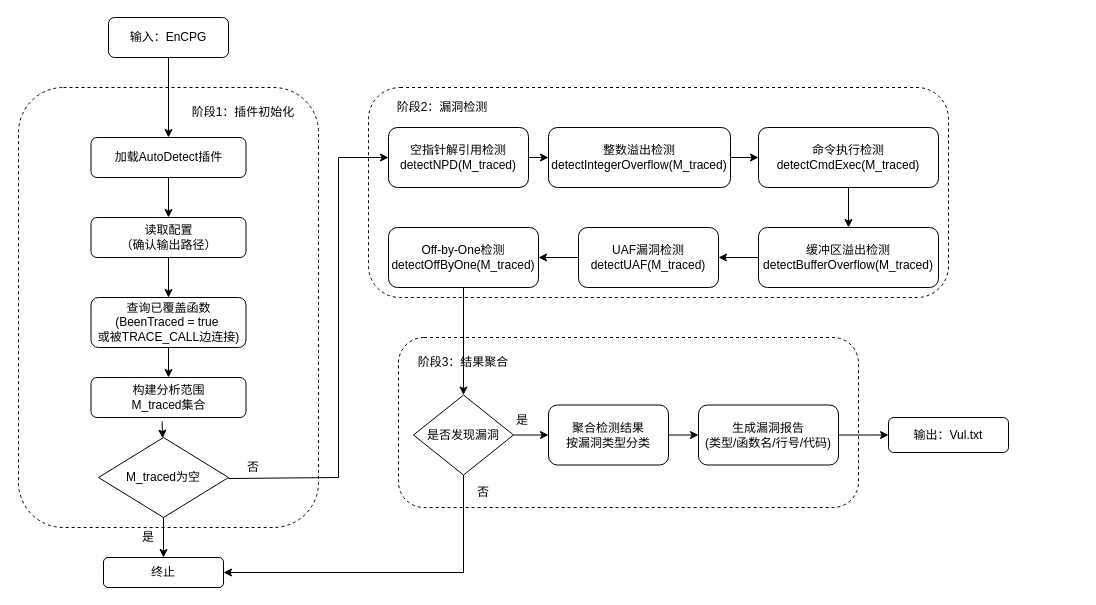
The draw.io diagram MindMap/漏洞挖掘模块.drawio in hourhl/Draw-io, before the edit. Source tidied: cells renumbered, new cells numbered last; positions are measured from the earlier drawing's top-left corner, leaving out a move shared by most shapes. Both pictures are drawn from the tidied source at 100%, with x=0, y=0 at pixel (18, 17).
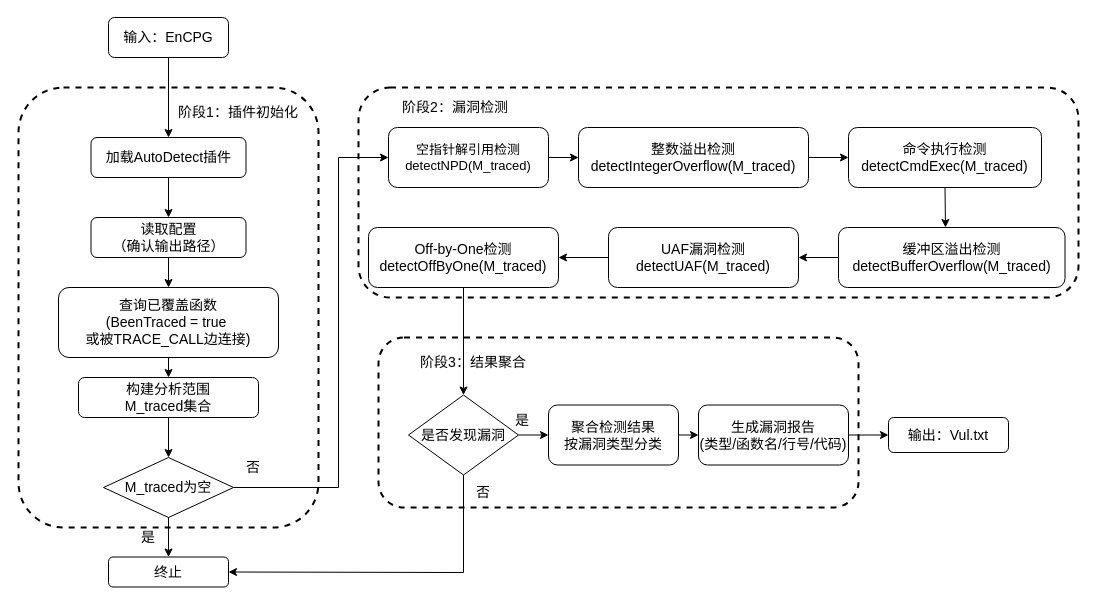
The same page after the edit.

Commit message:
更新漏洞挖掘模块.drawio

Change to the diagram source:
```diff
@@
-    <mxCell id="2" value="输入：EnCPG" style="rounded=1;whiteSpace=wrap;html=1;" parent="1" vertex="1">
+    <mxCell id="2" value="&lt;font style=&quot;font-size: 14px;&quot;&gt;输入：EnCPG&lt;/font&gt;" style="rounded=1;whiteSpace=wrap;html=1;" parent="1" vertex="1">
       <mxGeometry x="90" width="120" height="40" as="geometry" />
     </mxCell>
-    <mxCell id="3" style="rounded=1;whiteSpace=wrap;html=1;dashed=1;" parent="1" vertex="1">
+    <mxCell id="3" style="rounded=1;whiteSpace=wrap;html=1;dashed=1;strokeWidth=2;" parent="1" vertex="1">
       <mxGeometry y="70" width="300" height="440" as="geometry" />
     </mxCell>
-    <mxCell id="4" value="阶段1：插件初始化" style="text;html=1;whiteSpace=wrap;strokeColor=none;fillColor=none;align=center;verticalAlign=middle;rounded=0;" parent="1" vertex="1">
-      <mxGeometry x="170" y="80" width="110" height="30" as="geometry" />
+    <mxCell id="4" value="&lt;font style=&quot;font-size: 14px;&quot;&gt;阶段1：插件初始化&lt;/font&gt;" style="text;html=1;whiteSpace=wrap;strokeColor=none;fillColor=none;align=center;verticalAlign=middle;rounded=0;" parent="1" vertex="1">
+      <mxGeometry x="150" y="80" width="140" height="30" as="geometry" />
     </mxCell>
-    <mxCell id="5" value="加载AutoDetect插件" style="rounded=1;whiteSpace=wrap;html=1;" parent="1" vertex="1">
+    <mxCell id="5" value="&lt;font style=&quot;font-size: 14px;&quot;&gt;加载AutoDetect插件&lt;/font&gt;" style="rounded=1;whiteSpace=wrap;html=1;" parent="1" vertex="1">
       <mxGeometry x="72.5" y="120" width="155" height="40" as="geometry" />
     </mxCell>
-    <mxCell id="6" value="读取配置&lt;div&gt;（确认输出路径）&lt;/div&gt;" style="rounded=1;whiteSpace=wrap;html=1;" parent="1" vertex="1">
+    <mxCell id="6" value="&lt;font style=&quot;font-size: 14px;&quot;&gt;读取配置&lt;/font&gt;&lt;div&gt;&lt;font style=&quot;font-size: 14px;&quot;&gt;（确认输出路径）&lt;/font&gt;&lt;/div&gt;" style="rounded=1;whiteSpace=wrap;html=1;" parent="1" vertex="1">
       <mxGeometry x="72.5" y="200" width="155" height="40" as="geometry" />
     </mxCell>
-    <mxCell id="7" value="查询已覆盖函数&lt;div&gt;(BeenTraced = true&amp;nbsp;&lt;/div&gt;&lt;div&gt;或被TRACE_CALL边连接)&lt;/div&gt;" style="rounded=1;whiteSpace=wrap;html=1;" parent="1" vertex="1">
-      <mxGeometry x="72.5" y="280" width="155" height="50" as="geometry" />
+    <mxCell id="7" value="&lt;font style=&quot;font-size: 14px;&quot;&gt;查询已覆盖函数&lt;/font&gt;&lt;div&gt;&lt;font style=&quot;font-size: 14px;&quot;&gt;(BeenTraced = true&amp;nbsp;&lt;/font&gt;&lt;/div&gt;&lt;div&gt;&lt;font style=&quot;font-size: 14px;&quot;&gt;或被TRACE_CALL边连接)&lt;/font&gt;&lt;/div&gt;" style="rounded=1;whiteSpace=wrap;html=1;" parent="1" vertex="1">
+      <mxGeometry x="40" y="270" width="220" height="70" as="geometry" />
     </mxCell>
-    <mxCell id="8" value="构建分析范围&lt;div&gt;M_traced集合&lt;/div&gt;" style="rounded=1;whiteSpace=wrap;html=1;" parent="1" vertex="1">
-      <mxGeometry x="72.5" y="360" width="155" height="40" as="geometry" />
+    <mxCell id="8" value="&lt;font style=&quot;font-size: 14px;&quot;&gt;构建分析范围&lt;/font&gt;&lt;div&gt;&lt;font style=&quot;font-size: 14px;&quot;&gt;M_traced集合&lt;/font&gt;&lt;/div&gt;" style="rounded=1;whiteSpace=wrap;html=1;" parent="1" vertex="1">
+      <mxGeometry x="60" y="360" width="180" height="40" as="geometry" />
     </mxCell>
-    <mxCell id="9" value="M_traced为空" style="rhombus;whiteSpace=wrap;html=1;" parent="1" vertex="1">
-      <mxGeometry x="80" y="420" width="130" height="80" as="geometry" />
+    <mxCell id="9" value="&lt;font style=&quot;font-size: 14px;&quot;&gt;M_traced为空&lt;/font&gt;" style="rhombus;whiteSpace=wrap;html=1;" parent="1" vertex="1">
+      <mxGeometry x="85" y="440" width="130" height="60" as="geometry" />
     </mxCell>
-    <mxCell id="10" value="终止" style="rounded=1;whiteSpace=wrap;html=1;" parent="1" vertex="1">
-      <mxGeometry x="85" y="540" width="120" height="30" as="geometry" />
+    <mxCell id="10" value="&lt;font style=&quot;font-size: 14px;&quot;&gt;终止&lt;/font&gt;" style="rounded=1;whiteSpace=wrap;html=1;" parent="1" vertex="1">
+      <mxGeometry x="90" y="539.5" width="120" height="30" as="geometry" />
     </mxCell>
-    <mxCell id="11" style="rounded=1;whiteSpace=wrap;html=1;dashed=1;" parent="1" vertex="1">
-      <mxGeometry x="350" y="70" width="580" height="210" as="geometry" />
+    <mxCell id="11" style="rounded=1;whiteSpace=wrap;html=1;dashed=1;strokeWidth=2;" parent="1" vertex="1">
+      <mxGeometry x="340" y="70" width="720" height="210" as="geometry" />
     </mxCell>
-    <mxCell id="12" value="阶段2：漏洞检测" style="text;html=1;whiteSpace=wrap;strokeColor=none;fillColor=none;align=center;verticalAlign=middle;rounded=0;" parent="1" vertex="1">
-      <mxGeometry x="374" y="80" width="100" height="20" as="geometry" />
+    <mxCell id="12" value="&lt;font style=&quot;font-size: 14px;&quot;&gt;阶段2：漏洞检测&lt;/font&gt;" style="text;html=1;whiteSpace=wrap;strokeColor=none;fillColor=none;align=center;verticalAlign=middle;rounded=0;" parent="1" vertex="1">
+      <mxGeometry x="374" y="80" width="126" height="20" as="geometry" />
     </mxCell>
-    <mxCell id="13" style="rounded=1;whiteSpace=wrap;html=1;dashed=1;" parent="1" vertex="1">
-      <mxGeometry x="380" y="320" width="460" height="170" as="geometry" />
+    <mxCell id="13" style="rounded=1;whiteSpace=wrap;html=1;dashed=1;strokeWidth=2;" parent="1" vertex="1">
+      <mxGeometry x="360" y="320" width="480" height="170" as="geometry" />
     </mxCell>
-    <mxCell id="14" value="阶段3：结果聚合" style="text;html=1;whiteSpace=wrap;strokeColor=none;fillColor=none;align=center;verticalAlign=middle;rounded=0;" parent="1" vertex="1">
-      <mxGeometry x="390" y="330" width="110" height="30" as="geometry" />
+    <mxCell id="14" value="&lt;font style=&quot;font-size: 14px;&quot;&gt;阶段3：结果聚合&lt;/font&gt;" style="text;html=1;whiteSpace=wrap;strokeColor=none;fillColor=none;align=center;verticalAlign=middle;rounded=0;" parent="1" vertex="1">
+      <mxGeometry x="390" y="330" width="130" height="30" as="geometry" />
     </mxCell>
-    <mxCell id="15" value="输出：Vul.txt" style="rounded=1;whiteSpace=wrap;html=1;" parent="1" vertex="1">
+    <mxCell id="15" value="&lt;font style=&quot;font-size: 14px;&quot;&gt;输出：Vul.txt&lt;/font&gt;" style="rounded=1;whiteSpace=wrap;html=1;" parent="1" vertex="1">
       <mxGeometry x="870" y="400" width="120" height="35" as="geometry" />
     </mxCell>
-    <mxCell id="16" value="空指针解引用检测&lt;div&gt;detectNPD(M_traced)&lt;/div&gt;" style="rounded=1;whiteSpace=wrap;html=1;" parent="1" vertex="1">
-      <mxGeometry x="370" y="110" width="140" height="60" as="geometry" />
+    <mxCell id="16" value="&lt;font style=&quot;font-size: 13px;&quot;&gt;空指针解引用检测&lt;/font&gt;&lt;div&gt;&lt;font style=&quot;font-size: 13px;&quot;&gt;detectNPD(M_traced)&lt;/font&gt;&lt;/div&gt;" style="rounded=1;whiteSpace=wrap;html=1;" parent="1" vertex="1">
+      <mxGeometry x="370" y="110" width="160" height="60" as="geometry" />
     </mxCell>
-    <mxCell id="17" value="UAF漏洞检测&lt;div&gt;detectUAF(M_traced)&lt;/div&gt;" style="rounded=1;whiteSpace=wrap;html=1;" parent="1" vertex="1">
-      <mxGeometry x="560" y="210" width="140" height="60" as="geometry" />
+    <mxCell id="17" value="&lt;font style=&quot;font-size: 14px;&quot;&gt;UAF漏洞检测&lt;/font&gt;&lt;div&gt;&lt;font style=&quot;font-size: 14px;&quot;&gt;detectUAF(M_traced)&lt;/font&gt;&lt;/div&gt;" style="rounded=1;whiteSpace=wrap;html=1;" parent="1" vertex="1">
+      <mxGeometry x="590" y="210" width="190" height="60" as="geometry" />
     </mxCell>
-    <mxCell id="18" value="命令执行检测&lt;div&gt;detectCmdExec(M_traced)&lt;/div&gt;" style="rounded=1;whiteSpace=wrap;html=1;" parent="1" vertex="1">
-      <mxGeometry x="740" y="110" width="180" height="60" as="geometry" />
+    <mxCell id="18" value="&lt;font style=&quot;font-size: 14px;&quot;&gt;命令执行检测&lt;/font&gt;&lt;div&gt;&lt;font style=&quot;font-size: 14px;&quot;&gt;detectCmdExec(M_traced)&lt;/font&gt;&lt;/div&gt;" style="rounded=1;whiteSpace=wrap;html=1;" parent="1" vertex="1">
+      <mxGeometry x="830" y="110" width="193" height="60" as="geometry" />
     </mxCell>
-    <mxCell id="19" value="缓冲区溢出检测detectBufferOverflow(M_traced)" style="rounded=1;whiteSpace=wrap;html=1;" parent="1" vertex="1">
-      <mxGeometry x="740" y="210" width="180" height="60" as="geometry" />
+    <mxCell id="19" value="&lt;font style=&quot;font-size: 14px;&quot;&gt;缓冲区溢出检测detectBufferOverflow(M_traced)&lt;/font&gt;" style="rounded=1;whiteSpace=wrap;html=1;" parent="1" vertex="1">
+      <mxGeometry x="820" y="210" width="226.5" height="60" as="geometry" />
     </mxCell>
-    <mxCell id="20" value="整数溢出检测&lt;div&gt;detectIntegerOverflow(M_traced)&lt;/div&gt;" style="rounded=1;whiteSpace=wrap;html=1;" parent="1" vertex="1">
-      <mxGeometry x="530" y="110" width="182" height="60" as="geometry" />
+    <mxCell id="20" value="&lt;font style=&quot;font-size: 14px;&quot;&gt;整数溢出检测&lt;/font&gt;&lt;div&gt;&lt;font style=&quot;font-size: 14px;&quot;&gt;detectIntegerOverflow(M_traced)&lt;/font&gt;&lt;/div&gt;" style="rounded=1;whiteSpace=wrap;html=1;" parent="1" vertex="1">
+      <mxGeometry x="560" y="110" width="230" height="60" as="geometry" />
     </mxCell>
-    <mxCell id="21" value="Off-by-One检测&lt;div&gt;detectOffByOne(M_traced)&lt;/div&gt;" style="rounded=1;whiteSpace=wrap;html=1;" parent="1" vertex="1">
-      <mxGeometry x="370" y="210" width="150" height="60" as="geometry" />
+    <mxCell id="21" value="&lt;font style=&quot;font-size: 14px;&quot;&gt;Off-by-One检测&lt;/font&gt;&lt;div&gt;&lt;font style=&quot;font-size: 14px;&quot;&gt;detectOffByOne(M_traced)&lt;/font&gt;&lt;/div&gt;" style="rounded=1;whiteSpace=wrap;html=1;" parent="1" vertex="1">
+      <mxGeometry x="350" y="210" width="190" height="60" as="geometry" />
     </mxCell>
-    <mxCell id="22" value="聚合检测结果&lt;div&gt;按漏洞类型分类&lt;/div&gt;" style="rounded=1;whiteSpace=wrap;html=1;" parent="1" vertex="1">
-      <mxGeometry x="530" y="387.5" width="120" height="60" as="geometry" />
+    <mxCell id="22" value="&lt;font style=&quot;font-size: 14px;&quot;&gt;聚合检测结果&lt;/font&gt;&lt;div&gt;&lt;font style=&quot;font-size: 14px;&quot;&gt;按漏洞类型分类&lt;/font&gt;&lt;/div&gt;" style="rounded=1;whiteSpace=wrap;html=1;" parent="1" vertex="1">
+      <mxGeometry x="530" y="387.5" width="130" height="60" as="geometry" />
     </mxCell>
-    <mxCell id="23" value="是否发现漏洞" style="rhombus;whiteSpace=wrap;html=1;" parent="1" vertex="1">
-      <mxGeometry x="395" y="377.5" width="100" height="80" as="geometry" />
+    <mxCell id="23" value="&lt;font style=&quot;font-size: 14px;&quot;&gt;是否发现漏洞&lt;/font&gt;" style="rhombus;whiteSpace=wrap;html=1;" parent="1" vertex="1">
+      <mxGeometry x="390" y="377.5" width="110" height="80" as="geometry" />
     </mxCell>
-    <mxCell id="24" value="生成漏洞报告&lt;div&gt;(类型/函数名/行号/代码)&lt;/div&gt;" style="rounded=1;whiteSpace=wrap;html=1;" parent="1" vertex="1">
-      <mxGeometry x="680" y="387.5" width="140" height="60" as="geometry" />
+    <mxCell id="24" value="&lt;font style=&quot;font-size: 14px;&quot;&gt;生成漏洞报告&lt;/font&gt;&lt;div&gt;&lt;font style=&quot;font-size: 14px;&quot;&gt;(类型/函数名/行号/代码)&lt;/font&gt;&lt;/div&gt;" style="rounded=1;whiteSpace=wrap;html=1;" parent="1" vertex="1">
+      <mxGeometry x="680" y="387.5" width="150" height="60" as="geometry" />
     </mxCell>
@@
-    <mxCell id="29" style="endArrow=classic;html=1;rounded=0;exitX=0.459;exitY=1.095;exitDx=0;exitDy=0;exitPerimeter=0;" parent="1" edge="1" source="8" target="9">
-      <mxGeometry relative="1" as="geometry" />
-    </mxCell>
@@
-    <mxCell id="31" value="是" style="text;html=1;whiteSpace=wrap;strokeColor=none;fillColor=none;align=center;verticalAlign=middle;rounded=0;" parent="1" vertex="1">
+    <mxCell id="31" value="&lt;font style=&quot;font-size: 14px;&quot;&gt;是&lt;/font&gt;" style="text;html=1;whiteSpace=wrap;strokeColor=none;fillColor=none;align=center;verticalAlign=middle;rounded=0;" parent="1" vertex="1">
       <mxGeometry x="100" y="510" width="60" height="20" as="geometry" />
     </mxCell>
-    <mxCell id="32" style="endArrow=classic;html=1;rounded=0;entryX=0;entryY=0.5;entryDx=0;entryDy=0;" parent="1" edge="1" target="16">
+    <mxCell id="32" style="endArrow=classic;html=1;rounded=0;entryX=0;entryY=0.5;entryDx=0;entryDy=0;exitX=1;exitY=0.5;exitDx=0;exitDy=0;" parent="1" edge="1" source="9" target="16">
       <mxGeometry relative="1" as="geometry">
-        <mxPoint x="210" y="461" as="sourcePoint" />
         <Array as="points">
-          <mxPoint x="320" y="460" />
+          <mxPoint x="320" y="470" />
           <mxPoint x="320" y="140" />
         </Array>
       </mxGeometry>
     </mxCell>
-    <mxCell id="33" value="否" style="text;html=1;whiteSpace=wrap;strokeColor=none;fillColor=none;align=center;verticalAlign=middle;rounded=0;" parent="1" vertex="1">
+    <mxCell id="33" value="&lt;font style=&quot;font-size: 14px;&quot;&gt;否&lt;/font&gt;" style="text;html=1;whiteSpace=wrap;strokeColor=none;fillColor=none;align=center;verticalAlign=middle;rounded=0;" parent="1" vertex="1">
       <mxGeometry x="205" y="435" width="60" height="30" as="geometry" />
     </mxCell>
@@
-    <mxCell id="36" style="endArrow=classic;html=1;rounded=0;exitX=0.5;exitY=1;exitDx=0;exitDy=0;entryX=0.5;entryY=0;entryDx=0;entryDy=0;" parent="1" edge="1" source="18" target="19">
-      <mxGeometry relative="1" as="geometry" />
-    </mxCell>
@@
-    <mxCell id="44" value="是" style="text;html=1;whiteSpace=wrap;strokeColor=none;fillColor=none;align=center;verticalAlign=middle;rounded=0;" parent="1" vertex="1">
+    <mxCell id="44" value="&lt;font style=&quot;font-size: 14px;&quot;&gt;是&lt;/font&gt;" style="text;html=1;whiteSpace=wrap;strokeColor=none;fillColor=none;align=center;verticalAlign=middle;rounded=0;" parent="1" vertex="1">
       <mxGeometry x="474" y="387.5" width="60" height="30" as="geometry" />
     </mxCell>
-    <mxCell id="45" value="否" style="text;html=1;whiteSpace=wrap;strokeColor=none;fillColor=none;align=center;verticalAlign=middle;rounded=0;" parent="1" vertex="1">
+    <mxCell id="45" value="&lt;font style=&quot;font-size: 14px;&quot;&gt;否&lt;/font&gt;" style="text;html=1;whiteSpace=wrap;strokeColor=none;fillColor=none;align=center;verticalAlign=middle;rounded=0;" parent="1" vertex="1">
       <mxGeometry x="435" y="460" width="60" height="30" as="geometry" />
     </mxCell>
+    <mxCell id="29" style="endArrow=classic;html=1;rounded=0;entryX=0.5;entryY=0;entryDx=0;entryDy=0;exitX=0.5;exitY=1;exitDx=0;exitDy=0;" parent="1" edge="1" source="8" target="9">
+      <mxGeometry relative="1" as="geometry" />
+    </mxCell>
+    <mxCell id="46" style="endArrow=classic;html=1;rounded=0;exitX=0.5;exitY=1;exitDx=0;exitDy=0;" parent="1" edge="1" source="18">
+      <mxGeometry relative="1" as="geometry">
+        <mxPoint x="927" y="210" as="targetPoint" />
+      </mxGeometry>
+    </mxCell>
```
